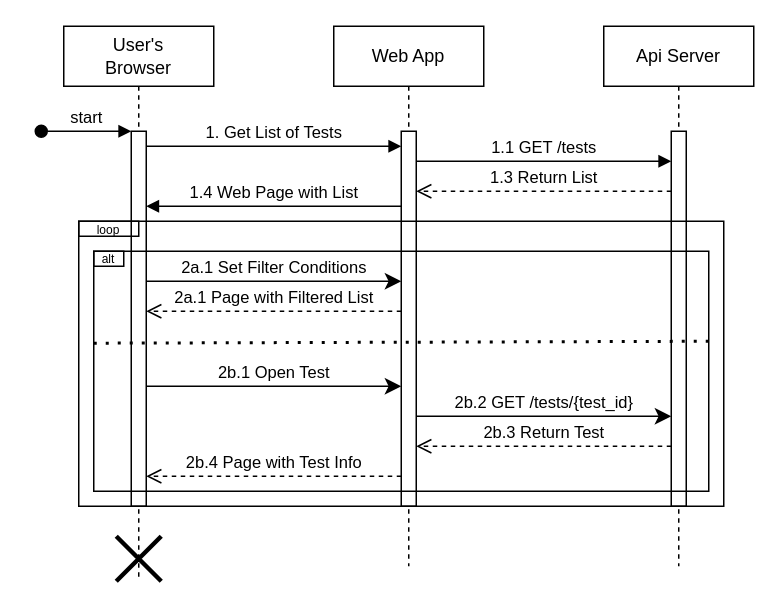
Above: SA_task_6.drawio in wvanchurin/wvanchurin.github.io (draw.io), before the change. Source tidied: cells renumbered, new cells numbered last; positions are measured from the earlier drawing's top-left corner, leaving out a move shared by most shapes. Both pictures are drawn from the tidied source at 150%, with x=0, y=0 at pixel (40, 26).
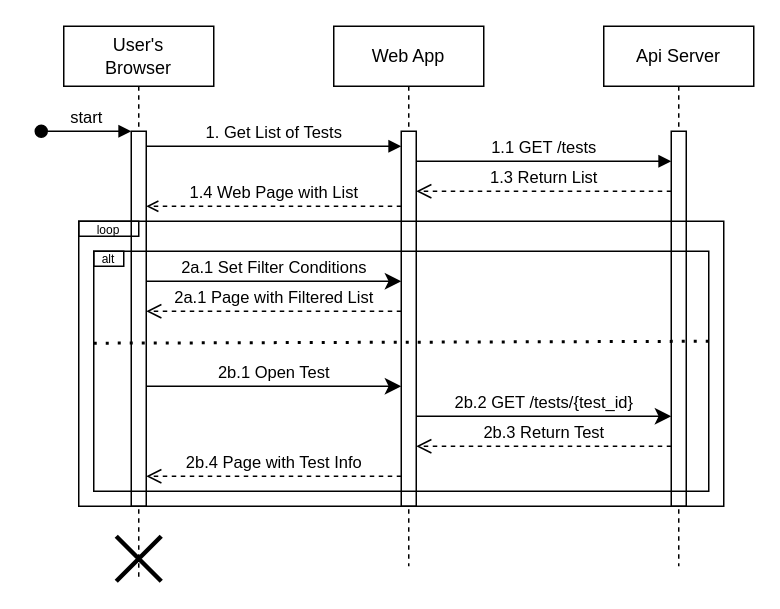
The same diagram, later.

The change refers to these unchanged cells:
```xml
<mxCell id="3" style="html=1;points=[];perimeter=orthogonalPerimeter;outlineConnect=0;targetShapes=umlLifeline;portConstraint=eastwest;newEdgeStyle={&quot;edgeStyle&quot;:&quot;elbowEdgeStyle&quot;,&quot;elbow&quot;:&quot;vertical&quot;,&quot;curved&quot;:0,&quot;rounded&quot;:0};" parent="2" vertex="1">
  <mxGeometry x="45" y="70" width="10" height="250" as="geometry" />
</mxCell>
<mxCell id="7" style="html=1;points=[];perimeter=orthogonalPerimeter;outlineConnect=0;targetShapes=umlLifeline;portConstraint=eastwest;newEdgeStyle={&quot;edgeStyle&quot;:&quot;elbowEdgeStyle&quot;,&quot;elbow&quot;:&quot;vertical&quot;,&quot;curved&quot;:0,&quot;rounded&quot;:0};" parent="6" vertex="1">
  <mxGeometry x="45" y="70" width="10" height="250" as="geometry" />
</mxCell>
```

The edit, as a diff of the source:
```diff
@@
-    <mxCell id="10" value="1.4 Web Page with List" style="html=1;verticalAlign=bottom;endArrow=block;edgeStyle=elbowEdgeStyle;elbow=vertical;curved=0;rounded=0;" parent="1" edge="1" source="7" target="3">
+    <mxCell id="10" value="1.4 Web Page with List" style="html=1;verticalAlign=bottom;endArrow=open;edgeStyle=elbowEdgeStyle;elbow=vertical;curved=0;rounded=0;dashed=1;endFill=0;" parent="1" edge="1" source="7" target="3">
       <mxGeometry relative="1" as="geometry">
         <Array as="points">
           <mxPoint x="165" y="120" />
         </Array>
       </mxGeometry>
     </mxCell>
```
